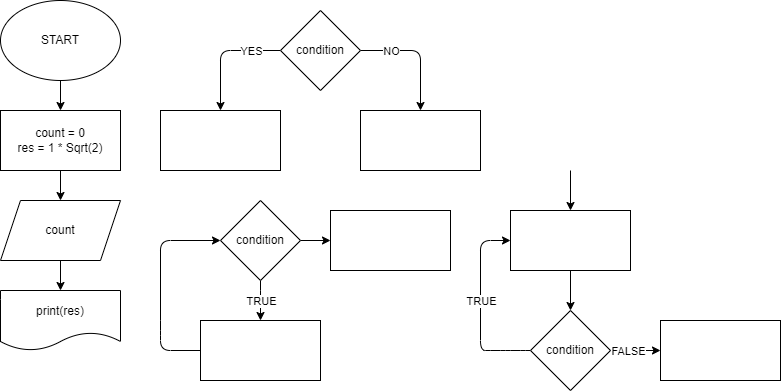
This is ex000.drawio.png from m1644/workshop1, a draw.io export, as it was before one commit. Source tidied: cells renumbered, new cells last; positions are measured from the earlier drawing's top-left corner, leaving out a move shared by most shapes. Its diagram source:
```xml
<mxGraphModel>
  <root>
    <mxCell id="0" />
    <mxCell id="1" parent="0" />
    <mxCell id="2" style="edgeStyle=none;html=1;" parent="1" edge="1" source="3" target="5">
      <mxGeometry relative="1" as="geometry" />
    </mxCell>
    <mxCell id="3" value="START" style="ellipse;whiteSpace=wrap;html=1;" parent="1" vertex="1">
      <mxGeometry width="120" height="80" as="geometry" />
    </mxCell>
    <mxCell id="4" style="edgeStyle=none;html=1;entryX=0.5;entryY=0;entryDx=0;entryDy=0;" parent="1" edge="1" source="5" target="7">
      <mxGeometry relative="1" as="geometry" />
    </mxCell>
    <mxCell id="5" value="count = 0&lt;br&gt;res = 1 * Sqrt(2)" style="rounded=0;whiteSpace=wrap;html=1;" parent="1" vertex="1">
      <mxGeometry y="110" width="120" height="60" as="geometry" />
    </mxCell>
    <mxCell id="6" style="edgeStyle=none;html=1;" parent="1" edge="1" source="7" target="8">
      <mxGeometry relative="1" as="geometry" />
    </mxCell>
    <mxCell id="7" value="count" style="shape=parallelogram;perimeter=parallelogramPerimeter;whiteSpace=wrap;html=1;fixedSize=1;" parent="1" vertex="1">
      <mxGeometry y="200" width="120" height="60" as="geometry" />
    </mxCell>
    <mxCell id="8" value="print(res)" style="shape=document;whiteSpace=wrap;html=1;boundedLbl=1;" parent="1" vertex="1">
      <mxGeometry y="290" width="120" height="60" as="geometry" />
    </mxCell>
    <mxCell id="9" style="edgeStyle=none;html=1;" parent="1" edge="1" source="13" target="14">
      <mxGeometry relative="1" as="geometry">
        <Array as="points">
          <mxPoint x="220" y="50" />
        </Array>
      </mxGeometry>
    </mxCell>
    <mxCell id="10" value="YES" style="edgeLabel;html=1;align=center;verticalAlign=middle;" parent="9" vertex="1">
      <mxGeometry x="-0.73" y="1" relative="1" as="geometry">
        <mxPoint x="-14" y="-1" as="offset" />
      </mxGeometry>
    </mxCell>
    <mxCell id="11" style="edgeStyle=none;html=1;" parent="1" edge="1" source="13" target="15">
      <mxGeometry relative="1" as="geometry">
        <Array as="points">
          <mxPoint x="420" y="50" />
        </Array>
      </mxGeometry>
    </mxCell>
    <mxCell id="12" value="NO" style="edgeLabel;html=1;align=center;verticalAlign=middle;" parent="11" vertex="1">
      <mxGeometry x="-0.68" y="-1" relative="1" as="geometry">
        <mxPoint x="11" y="-1" as="offset" />
      </mxGeometry>
    </mxCell>
    <mxCell id="13" value="condition" style="rhombus;whiteSpace=wrap;html=1;" parent="1" vertex="1">
      <mxGeometry x="280" y="10" width="80" height="80" as="geometry" />
    </mxCell>
    <mxCell id="14" style="rounded=0;whiteSpace=wrap;html=1;" parent="1" vertex="1">
      <mxGeometry x="160" y="110" width="120" height="60" as="geometry" />
    </mxCell>
    <mxCell id="15" style="rounded=0;whiteSpace=wrap;html=1;" parent="1" vertex="1">
      <mxGeometry x="360" y="110" width="120" height="60" as="geometry" />
    </mxCell>
    <mxCell id="16" style="edgeStyle=none;html=1;" parent="1" edge="1" source="19" target="21">
      <mxGeometry relative="1" as="geometry">
        <Array as="points">
          <mxPoint x="260" y="300" />
        </Array>
      </mxGeometry>
    </mxCell>
    <mxCell id="17" value="TRUE" style="edgeLabel;html=1;align=center;verticalAlign=middle;" parent="16" vertex="1">
      <mxGeometry x="-0.29" y="-1" relative="1" as="geometry">
        <mxPoint x="1" y="6" as="offset" />
      </mxGeometry>
    </mxCell>
    <mxCell id="18" style="edgeStyle=none;html=1;" parent="1" edge="1" source="19" target="29">
      <mxGeometry relative="1" as="geometry" />
    </mxCell>
    <mxCell id="19" value="condition" style="rhombus;whiteSpace=wrap;html=1;" parent="1" vertex="1">
      <mxGeometry x="220" y="200" width="80" height="80" as="geometry" />
    </mxCell>
    <mxCell id="20" style="edgeStyle=none;html=1;entryX=0;entryY=0.5;entryDx=0;entryDy=0;exitX=0;exitY=0.5;exitDx=0;exitDy=0;" parent="1" edge="1" source="21" target="19">
      <mxGeometry relative="1" as="geometry">
        <Array as="points">
          <mxPoint x="160" y="350" />
          <mxPoint x="160" y="330" />
          <mxPoint x="160" y="240" />
        </Array>
      </mxGeometry>
    </mxCell>
    <mxCell id="21" style="rounded=0;whiteSpace=wrap;html=1;" parent="1" vertex="1">
      <mxGeometry x="200" y="320" width="120" height="60" as="geometry" />
    </mxCell>
    <mxCell id="22" style="edgeStyle=none;html=1;entryX=0;entryY=0.5;entryDx=0;entryDy=0;" parent="1" edge="1" source="26" target="28">
      <mxGeometry relative="1" as="geometry">
        <Array as="points">
          <mxPoint x="520" y="350" />
          <mxPoint x="500" y="350" />
          <mxPoint x="480" y="350" />
          <mxPoint x="480" y="240" />
        </Array>
      </mxGeometry>
    </mxCell>
    <mxCell id="23" value="TRUE" style="edgeLabel;html=1;align=center;verticalAlign=middle;" parent="22" vertex="1">
      <mxGeometry x="-0.01" relative="1" as="geometry">
        <mxPoint y="-6" as="offset" />
      </mxGeometry>
    </mxCell>
    <mxCell id="24" style="edgeStyle=none;html=1;" parent="1" edge="1" source="26" target="30">
      <mxGeometry relative="1" as="geometry" />
    </mxCell>
    <mxCell id="25" value="FALSE" style="edgeLabel;html=1;align=center;verticalAlign=middle;" parent="24" vertex="1">
      <mxGeometry x="-0.4" y="1" relative="1" as="geometry">
        <mxPoint x="2" y="1" as="offset" />
      </mxGeometry>
    </mxCell>
    <mxCell id="26" value="condition" style="rhombus;whiteSpace=wrap;html=1;" parent="1" vertex="1">
      <mxGeometry x="530" y="310" width="80" height="80" as="geometry" />
    </mxCell>
    <mxCell id="27" style="edgeStyle=none;html=1;" parent="1" edge="1" source="28" target="26">
      <mxGeometry relative="1" as="geometry" />
    </mxCell>
    <mxCell id="28" style="rounded=0;whiteSpace=wrap;html=1;" parent="1" vertex="1">
      <mxGeometry x="510" y="210" width="120" height="60" as="geometry" />
    </mxCell>
    <mxCell id="29" style="rounded=0;whiteSpace=wrap;html=1;" parent="1" vertex="1">
      <mxGeometry x="330" y="210" width="120" height="60" as="geometry" />
    </mxCell>
    <mxCell id="30" style="rounded=0;whiteSpace=wrap;html=1;" parent="1" vertex="1">
      <mxGeometry x="660" y="320" width="120" height="60" as="geometry" />
    </mxCell>
    <mxCell id="31" style="edgeStyle=none;html=1;" parent="1" edge="1" target="28">
      <mxGeometry relative="1" as="geometry">
        <mxPoint x="570" y="170" as="sourcePoint" />
      </mxGeometry>
    </mxCell>
  </root>
</mxGraphModel>
```
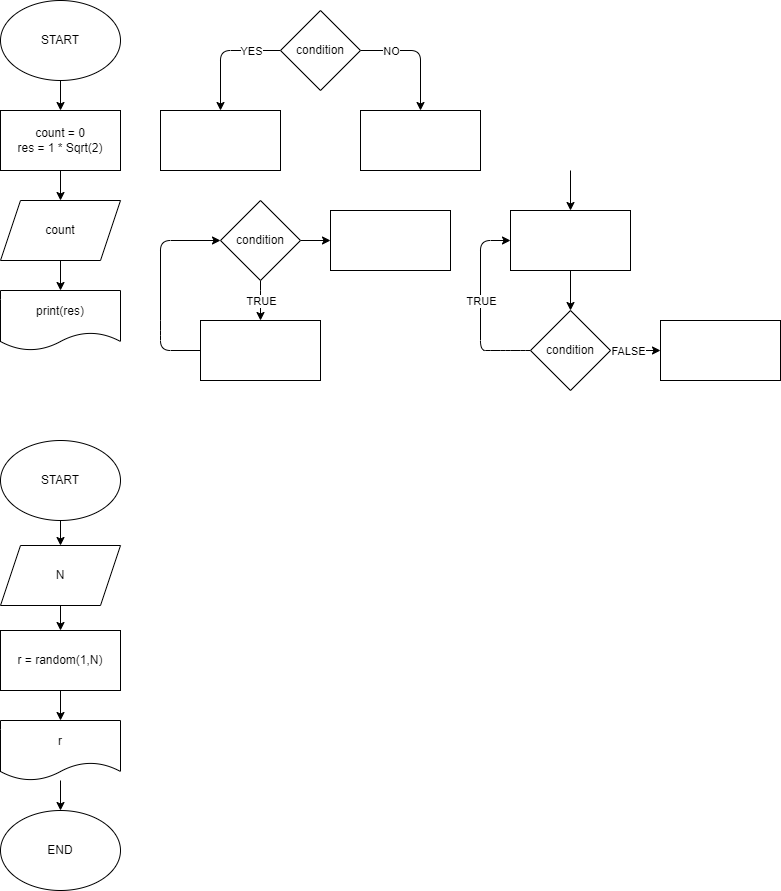
After the commit.

Commit message:
ex Показать случайное число от 1 до N

What changed in the source:
```diff
@@ -129,5 +129,32 @@
         <mxPoint x="570" y="170" as="sourcePoint" />
       </mxGeometry>
     </mxCell>
+    <mxCell id="32" style="edgeStyle=none;html=1;entryX=0.5;entryY=0;entryDx=0;entryDy=0;" parent="1" edge="1" source="33" target="35">
+      <mxGeometry relative="1" as="geometry" />
+    </mxCell>
+    <mxCell id="33" value="START" style="ellipse;whiteSpace=wrap;html=1;" parent="1" vertex="1">
+      <mxGeometry y="440" width="120" height="80" as="geometry" />
+    </mxCell>
+    <mxCell id="34" style="edgeStyle=none;html=1;entryX=0.5;entryY=0;entryDx=0;entryDy=0;" parent="1" edge="1" source="35" target="37">
+      <mxGeometry relative="1" as="geometry" />
+    </mxCell>
+    <mxCell id="35" value="N" style="shape=parallelogram;perimeter=parallelogramPerimeter;whiteSpace=wrap;html=1;fixedSize=1;" parent="1" vertex="1">
+      <mxGeometry y="545" width="120" height="60" as="geometry" />
+    </mxCell>
+    <mxCell id="36" style="edgeStyle=none;html=1;" parent="1" edge="1" source="37" target="39">
+      <mxGeometry relative="1" as="geometry" />
+    </mxCell>
+    <mxCell id="37" value="r = random(1,N)" style="rounded=0;whiteSpace=wrap;html=1;" parent="1" vertex="1">
+      <mxGeometry y="630" width="120" height="60" as="geometry" />
+    </mxCell>
+    <mxCell id="38" style="edgeStyle=none;html=1;" parent="1" edge="1" source="39" target="40">
+      <mxGeometry relative="1" as="geometry" />
+    </mxCell>
+    <mxCell id="39" value="r" style="shape=document;whiteSpace=wrap;html=1;boundedLbl=1;" parent="1" vertex="1">
+      <mxGeometry y="720" width="120" height="60" as="geometry" />
+    </mxCell>
+    <mxCell id="40" value="END" style="ellipse;whiteSpace=wrap;html=1;" parent="1" vertex="1">
+      <mxGeometry y="810" width="120" height="80" as="geometry" />
+    </mxCell>
   </root>
 </mxGraphModel>
```
